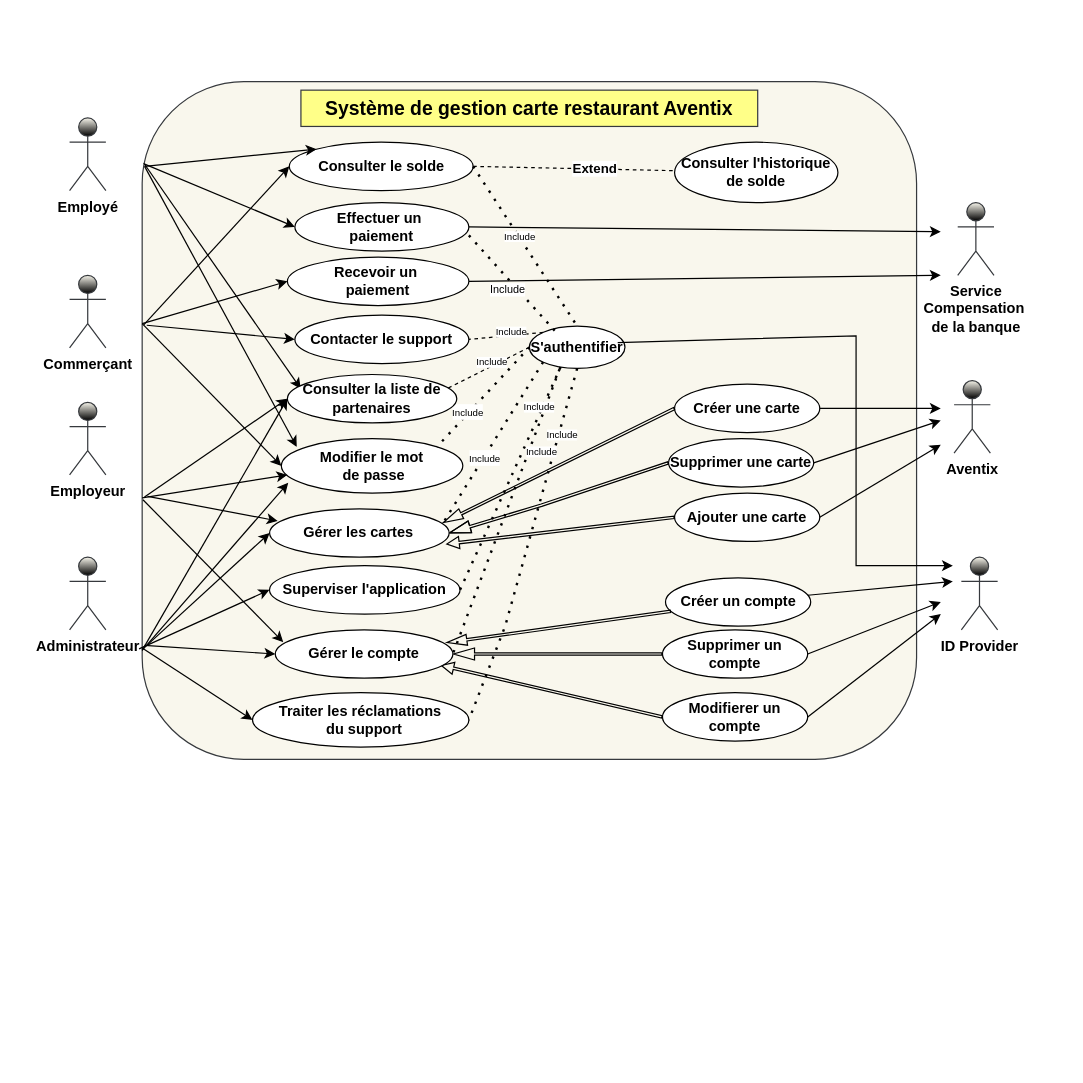
Before: Diagramme_de_cas_d_utilisation.drawio in msisitr/aventix-design, a draw.io diagram. Source tidied: cells renumbered, new cells numbered last; positions are measured from the earlier drawing's top-left corner, leaving out a move shared by most shapes. Both pictures are drawn from the tidied source at 121%, with x=0, y=0 at pixel (69, 81).
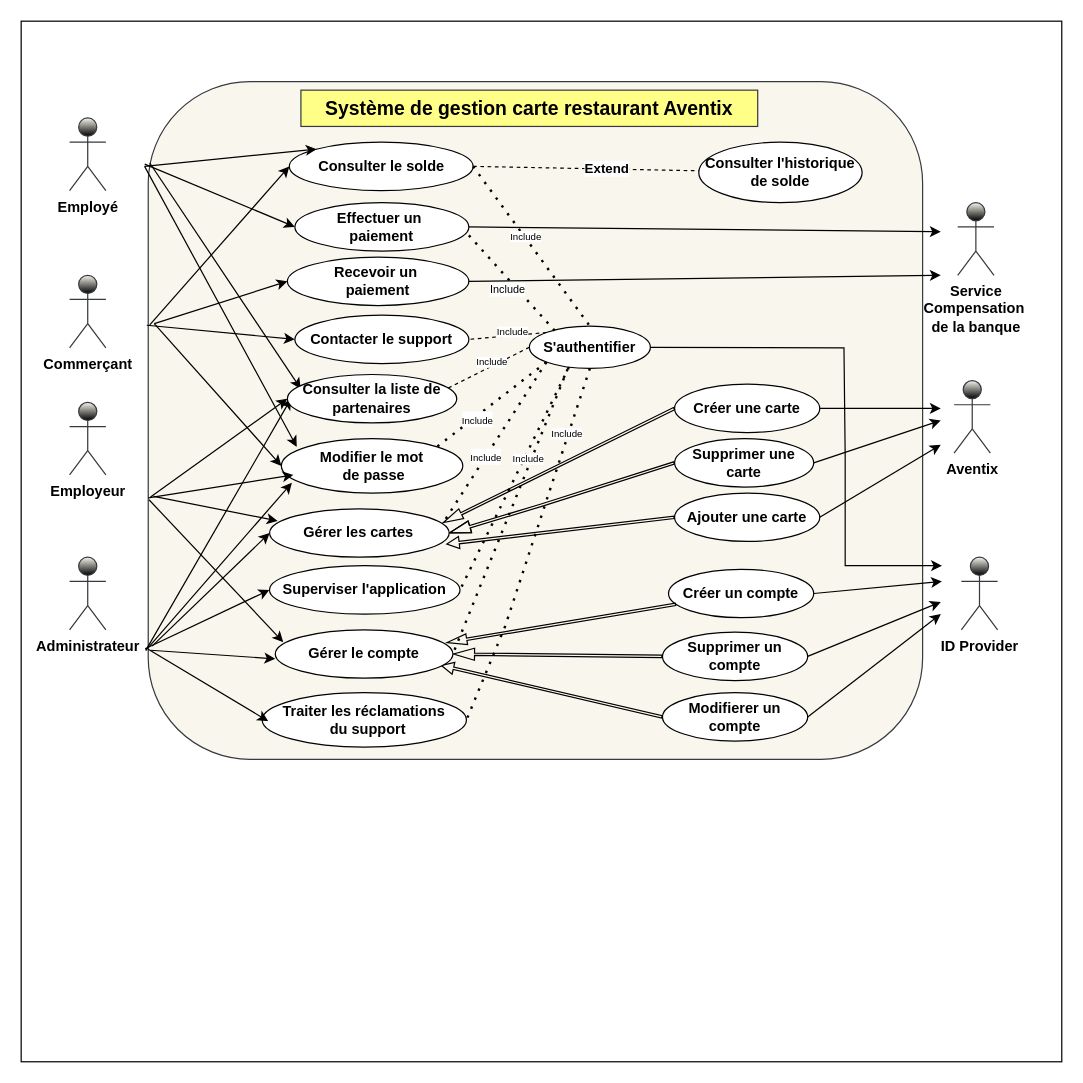
The same page after the edit.

Commit message (it also covers changes not shown here):
Mettre à jour Diagramme_de_cas_d_utilisation.drawio

The change refers to these unchanged cells:
```xml
<mxCell id="35" value="&lt;div&gt;Modifier le mot&lt;/div&gt;&lt;div&gt;&amp;nbsp;de passe&lt;/div&gt;" style="ellipse;whiteSpace=wrap;html=1;fontStyle=1;" parent="1" vertex="1">
  <mxGeometry x="175" y="295" width="150" height="45" as="geometry" />
</mxCell>
<mxCell id="70" value="Consulter la liste de partenaires" style="ellipse;whiteSpace=wrap;html=1;fontStyle=1;" parent="1" vertex="1">
  <mxGeometry x="180" y="242" width="140" height="40" as="geometry" />
</mxCell>
<mxCell id="71" style="endArrow=none;dashed=1;html=1;dashPattern=1 3;strokeWidth=2;rounded=0;entryX=1;entryY=0.5;entryDx=0;entryDy=0;fontStyle=1;exitX=0.316;exitY=1.017;exitDx=0;exitDy=0;exitPerimeter=0;" parent="1" edge="1" source="6" target="73">
  <mxGeometry relative="1" as="geometry" />
</mxCell>
<mxCell id="73" value="&lt;span&gt;Gérer le compte&lt;/span&gt;" style="ellipse;whiteSpace=wrap;html=1;fontStyle=1;" parent="1" vertex="1">
  <mxGeometry x="170" y="453" width="146.8" height="40" as="geometry" />
</mxCell>
<mxCell id="74" value="&lt;div&gt;&lt;span&gt;Recevoir un&amp;nbsp;&lt;/span&gt;&lt;/div&gt;&lt;div&gt;&lt;span&gt;paiement &lt;/span&gt;&lt;/div&gt;" style="ellipse;whiteSpace=wrap;html=1;fontStyle=1;" parent="1" vertex="1">
  <mxGeometry x="180" y="145" width="150" height="40" as="geometry" />
</mxCell>
<mxCell id="77" style="endArrow=none;dashed=1;html=1;dashPattern=1 3;strokeWidth=2;rounded=0;entryX=1;entryY=0.5;entryDx=0;entryDy=0;fontStyle=1;exitX=0.327;exitY=0.966;exitDx=0;exitDy=0;exitPerimeter=0;" parent="1" edge="1" source="6" target="44">
  <mxGeometry relative="1" as="geometry" />
</mxCell>
```

What changed in the source:
```diff
@@
+    <mxCell id="80" style="whiteSpace=wrap;html=1;" parent="1" vertex="1">
+      <mxGeometry x="-40" y="-50" width="860" height="860" as="geometry" />
+    </mxCell>
-    <mxCell id="2" style="rounded=1;whiteSpace=wrap;html=1;fillColor=#f9f7ed;strokeColor=#36393d;fontStyle=1;" parent="1" vertex="1">
-      <mxGeometry x="60" width="640" height="560" as="geometry" />
+    <mxCell id="2" style="rounded=1;whiteSpace=wrap;html=1;fillColor=#f9f7ed;strokeColor=#36393d;fontStyle=1;labelBorderColor=none;textShadow=1;" parent="1" vertex="1">
+      <mxGeometry x="65" width="640" height="560" as="geometry" />
     </mxCell>
@@
     <mxCell id="6" value="S'authentifier" style="ellipse;whiteSpace=wrap;html=1;fontStyle=1;" parent="1" vertex="1">
-      <mxGeometry x="380" y="202" width="79" height="35" as="geometry" />
+      <mxGeometry x="380" y="202" width="100" height="35" as="geometry" />
     </mxCell>
@@
     <mxCell id="19" value="Consulter l'historique de solde" style="ellipse;whiteSpace=wrap;html=1;fontStyle=1;" parent="1" vertex="1">
-      <mxGeometry x="500" y="50" width="135" height="50" as="geometry" />
+      <mxGeometry x="520" y="50" width="135" height="50" as="geometry" />
     </mxCell>
@@
     <mxCell id="22" value="Supprimer une carte" style="ellipse;whiteSpace=wrap;html=1;fontStyle=1;" parent="1" vertex="1">
-      <mxGeometry x="495" y="295" width="120" height="40" as="geometry" />
+      <mxGeometry x="500" y="295" width="115" height="40" as="geometry" />
     </mxCell>
@@
     <mxCell id="26" value="Créer un compte" style="ellipse;whiteSpace=wrap;html=1;fontStyle=1;" parent="1" vertex="1">
-      <mxGeometry x="492.5" y="410" width="120" height="40" as="geometry" />
+      <mxGeometry x="495" y="403" width="120" height="40" as="geometry" />
     </mxCell>
@@
     <mxCell id="28" value="Supprimer un compte" style="ellipse;whiteSpace=wrap;html=1;fontStyle=1;" parent="1" vertex="1">
-      <mxGeometry x="490" y="453" width="120" height="40" as="geometry" />
+      <mxGeometry x="490" y="455" width="120" height="40" as="geometry" />
     </mxCell>
@@
-    <mxCell id="32" style="endArrow=classic;html=1;rounded=0;entryX=0;entryY=0.5;entryDx=0;entryDy=0;exitX=0.003;exitY=0.832;exitDx=0;exitDy=0;exitPerimeter=0;fontStyle=1;" parent="1" edge="1" source="2" target="73">
-      <mxGeometry relative="1" as="geometry" />
+    <mxCell id="32" style="endArrow=classic;html=1;rounded=0;entryX=0;entryY=0.5;entryDx=0;entryDy=0;exitX=0.003;exitY=0.832;exitDx=0;exitDy=0;exitPerimeter=0;fontStyle=1;" parent="1" edge="1">
+      <mxGeometry relative="1" as="geometry">
+        <mxPoint x="66.9" y="469.9" as="sourcePoint" />
+        <mxPoint x="170" y="477" as="targetPoint" />
+      </mxGeometry>
     </mxCell>
@@
-    <mxCell id="38" value="&lt;div&gt;&lt;span&gt;&lt;font&gt;Système de gestion carte restaurant Aventix&lt;/font&gt;&lt;/span&gt;&lt;/div&gt;" style="text;html=1;align=center;verticalAlign=middle;whiteSpace=wrap;rounded=0;fillColor=#ffff88;strokeWidth=1;perimeterSpacing=10;strokeColor=#36393d;fontStyle=1;fontSize=16;" parent="1" vertex="1">
+    <mxCell id="38" value="&lt;div&gt;&lt;span&gt;&lt;font&gt;Système de gestion carte restaurant Aventix&lt;/font&gt;&lt;/span&gt;&lt;/div&gt;" style="text;html=1;align=center;verticalAlign=middle;whiteSpace=wrap;rounded=0;fillColor=#ffff88;strokeWidth=1;perimeterSpacing=10;strokeColor=#36393d;fontStyle=1;fontSize=16;labelBackgroundColor=none;labelBorderColor=none;" parent="1" vertex="1">
       <mxGeometry x="191.2" y="7" width="377.5" height="30" as="geometry" />
     </mxCell>
-    <mxCell id="39" style="endArrow=none;dashed=1;html=1;dashPattern=1 3;strokeWidth=2;rounded=0;exitX=0;exitY=0.5;exitDx=0;exitDy=0;entryX=1;entryY=0;entryDx=0;entryDy=0;fontStyle=1;" parent="1" edge="1" source="6" target="35">
+    <mxCell id="39" style="endArrow=none;dashed=1;html=1;dashPattern=1 3;strokeWidth=2;rounded=0;exitX=0;exitY=1;exitDx=0;exitDy=0;entryX=1;entryY=0;entryDx=0;entryDy=0;fontStyle=1;" parent="1" edge="1" source="6" target="35">
       <mxGeometry relative="1" as="geometry" />
     </mxCell>
@@
     <mxCell id="50" value="&lt;div&gt;Traiter les réclamations&lt;/div&gt;&lt;div&gt;&amp;nbsp; du support&lt;/div&gt;" style="ellipse;whiteSpace=wrap;html=1;fontStyle=1;" parent="1" vertex="1">
-      <mxGeometry x="151.2" y="505" width="178.8" height="45" as="geometry" />
+      <mxGeometry x="159.2" y="505" width="168.8" height="45" as="geometry" />
     </mxCell>
-    <mxCell id="51" style="endArrow=classic;html=1;rounded=0;entryX=0;entryY=0.5;entryDx=0;entryDy=0;fontStyle=1;" parent="1" edge="1" target="50">
+    <mxCell id="51" style="endArrow=classic;html=1;rounded=0;entryX=0;entryY=0.5;entryDx=0;entryDy=0;fontStyle=1;" parent="1" edge="1">
       <mxGeometry relative="1" as="geometry">
-        <mxPoint x="60" y="468" as="sourcePoint" />
+        <mxPoint x="65" y="469" as="sourcePoint" />
+        <mxPoint x="164.2" y="528.5" as="targetPoint" />
       </mxGeometry>
     </mxCell>
@@
-    <mxCell id="53" style="endArrow=classic;html=1;rounded=0;entryX=0;entryY=0.5;entryDx=0;entryDy=0;fontStyle=1;" parent="1" edge="1" target="70">
+    <mxCell id="53" style="endArrow=classic;html=1;rounded=0;entryX=0;entryY=0.5;entryDx=0;entryDy=0;fontStyle=1;" parent="1" edge="1">
       <mxGeometry relative="1" as="geometry">
-        <mxPoint x="60" y="470" as="sourcePoint" />
+        <mxPoint x="63" y="470" as="sourcePoint" />
+        <mxPoint x="183" y="262" as="targetPoint" />
       </mxGeometry>
     </mxCell>
@@
     <mxCell id="62" style="endArrow=classic;html=1;rounded=0;fontStyle=1;entryX=0;entryY=0.5;entryDx=0;entryDy=0;" parent="1" edge="1" target="35">
       <mxGeometry relative="1" as="geometry">
-        <mxPoint x="60" y="200" as="sourcePoint" />
+        <mxPoint x="70" y="200" as="sourcePoint" />
       </mxGeometry>
     </mxCell>
     <mxCell id="63" style="endArrow=classic;html=1;rounded=0;fontStyle=1;exitX=0;exitY=0.625;exitDx=0;exitDy=0;exitPerimeter=0;" parent="1" edge="1">
       <mxGeometry relative="1" as="geometry">
-        <mxPoint x="60" y="344" as="sourcePoint" />
-        <mxPoint x="180" y="325" as="targetPoint" />
+        <mxPoint x="65" y="344" as="sourcePoint" />
+        <mxPoint x="185" y="325" as="targetPoint" />
       </mxGeometry>
     </mxCell>
-    <mxCell id="64" style="endArrow=classic;html=1;rounded=0;fontStyle=1;entryX=0.038;entryY=0.811;entryDx=0;entryDy=0;entryPerimeter=0;" parent="1" edge="1" target="35">
+    <mxCell id="64" style="endArrow=classic;html=1;rounded=0;fontStyle=1;entryX=0.038;entryY=0.811;entryDx=0;entryDy=0;entryPerimeter=0;" parent="1" edge="1">
       <mxGeometry relative="1" as="geometry">
-        <mxPoint x="60" y="470" as="sourcePoint" />
+        <mxPoint x="63" y="470" as="sourcePoint" />
+        <mxPoint x="183.7" y="331.5" as="targetPoint" />
       </mxGeometry>
     </mxCell>
-    <mxCell id="65" style="endArrow=classic;html=1;rounded=0;fontStyle=1;" parent="1" edge="1" source="26">
+    <mxCell id="65" style="endArrow=classic;html=1;rounded=0;fontStyle=1;exitX=1;exitY=0.5;exitDx=0;exitDy=0;" parent="1" edge="1" source="26">
       <mxGeometry relative="1" as="geometry">
-        <mxPoint x="730" y="413" as="targetPoint" />
+        <mxPoint x="721" y="413" as="targetPoint" />
       </mxGeometry>
     </mxCell>
@@
     <mxCell id="68" style="endArrow=classic;html=1;rounded=0;fontStyle=1;entryX=0;entryY=0.5;entryDx=0;entryDy=0;" parent="1" edge="1" target="74">
       <mxGeometry relative="1" as="geometry">
-        <mxPoint x="60" y="200" as="sourcePoint" />
+        <mxPoint x="70" y="200" as="sourcePoint" />
       </mxGeometry>
     </mxCell>
@@
-    <mxCell id="72" value="Include" style="edgeLabel;html=1;align=center;verticalAlign=middle;fontStyle=0;fontSize=8;" parent="71" vertex="1">
-      <mxGeometry x="-0.01" y="6" relative="1" as="geometry">
-        <mxPoint x="22" y="-50" as="offset" />
-      </mxGeometry>
-    </mxCell>
@@
-    <mxCell id="76" style="endArrow=classic;html=1;rounded=0;exitX=0.924;exitY=0.389;exitDx=0;exitDy=0;exitPerimeter=0;" parent="1" edge="1" source="6">
+    <mxCell id="76" style="endArrow=classic;html=1;rounded=0;exitX=1;exitY=0.5;exitDx=0;exitDy=0;" parent="1" edge="1" source="6">
       <mxGeometry relative="1" as="geometry">
-        <mxPoint x="730" y="400" as="targetPoint" />
+        <mxPoint x="721" y="400" as="targetPoint" />
         <Array as="points">
-          <mxPoint x="650" y="210" />
-          <mxPoint x="650" y="400" />
+          <mxPoint x="640" y="220" />
+          <mxPoint x="641" y="310" />
+          <mxPoint x="641" y="400" />
         </Array>
       </mxGeometry>
     </mxCell>
@@
     <mxCell id="78" value="Include" style="edgeLabel;html=1;align=center;verticalAlign=middle;fontStyle=0;fontSize=8;" parent="77" vertex="1">
       <mxGeometry x="-0.01" y="6" relative="1" as="geometry">
-        <mxPoint x="17" y="-61" as="offset" />
+        <mxPoint x="5" y="-18" as="offset" />
       </mxGeometry>
     </mxCell>
```
